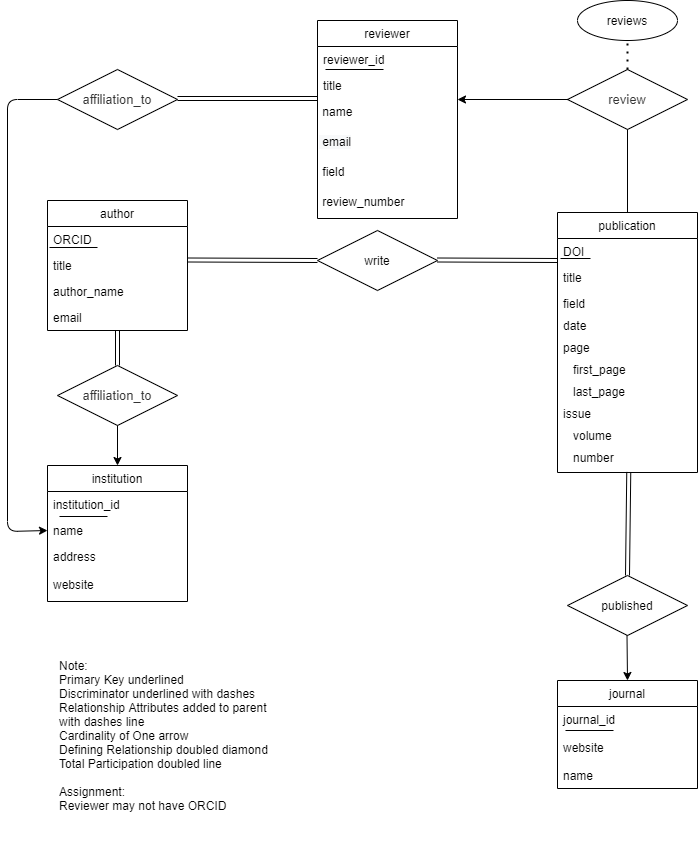
Above: Untitled Diagram.png in impulseoy/learnGit (draw.io), before the change. Source tidied: cells renumbered, new cells last; positions are measured from the earlier drawing's top-left corner, leaving out a move shared by most shapes.
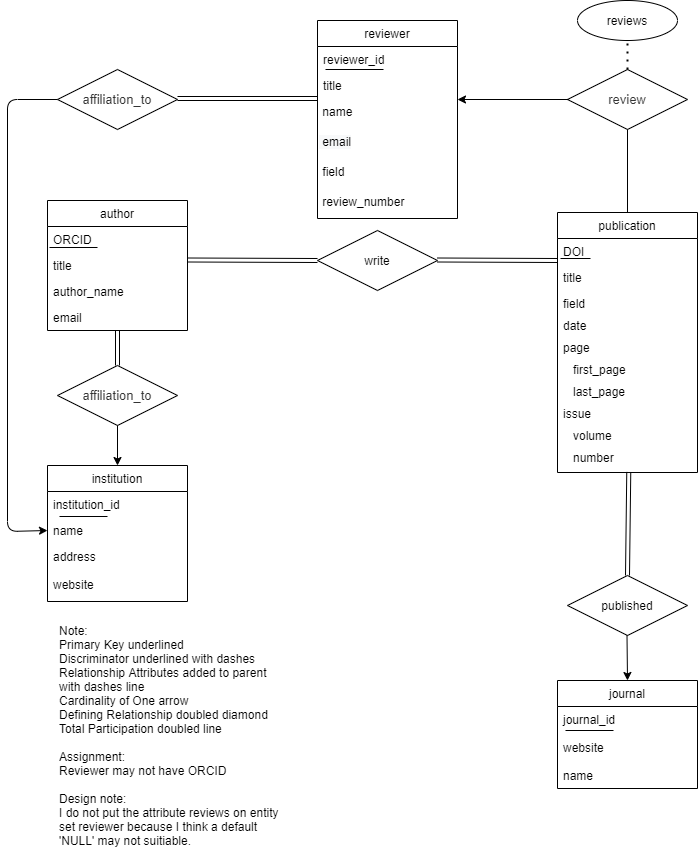
Later version of the same file.

The edit, as a diff of the source:
```diff
@@ -180,7 +180,7 @@
         <mxPoint x="620" y="129" as="targetPoint" />
       </mxGeometry>
     </mxCell>
-    <mxCell id="51" value="Note:&lt;br&gt;Primary Key underlined&lt;br&gt;Discriminator underlined with dashes&lt;br&gt;Relationship Attributes added to parent with dashes line&lt;br&gt;Cardinality of One arrow&lt;br&gt;Defining Relationship doubled diamond&lt;br&gt;Total Participation doubled line&lt;br&gt;&lt;br&gt;Assignment:&lt;br&gt;Reviewer may not have ORCID&lt;br&gt;" style="text;html=1;strokeColor=none;fillColor=none;align=left;verticalAlign=middle;whiteSpace=wrap;rounded=0;" parent="1" vertex="1">
+    <mxCell id="51" value="Note:&lt;br&gt;Primary Key underlined&lt;br&gt;Discriminator underlined with dashes&lt;br&gt;Relationship Attributes added to parent with dashes line&lt;br&gt;Cardinality of One arrow&lt;br&gt;Defining Relationship doubled diamond&lt;br&gt;Total Participation doubled line&lt;br&gt;&lt;br&gt;Assignment:&lt;br&gt;Reviewer may not have ORCID&lt;br&gt;&lt;br&gt;Design note:&lt;br&gt;I do not put the attribute reviews on entity set reviewer because I think a default 'NULL' may not suitiable." style="text;html=1;strokeColor=none;fillColor=none;align=left;verticalAlign=middle;whiteSpace=wrap;rounded=0;" parent="1" vertex="1">
       <mxGeometry x="50" y="620" width="230" height="230" as="geometry" />
     </mxCell>
     <mxCell id="52" style="endArrow=none;dashed=1;html=1;dashPattern=1 3;strokeWidth=2;" parent="1" edge="1" source="48">
```
